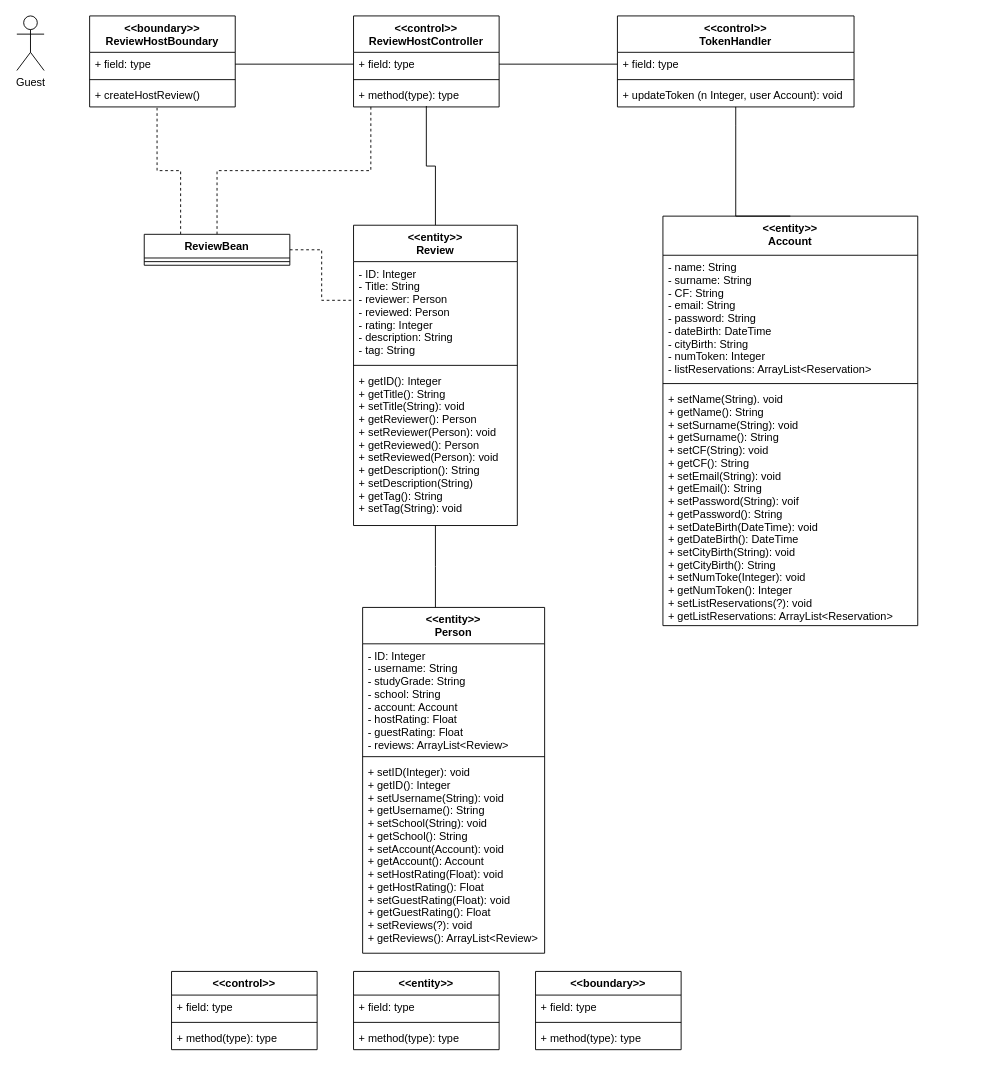
Earlier version of the draw.io diagram Docs/VoPC/VoPC ReviewHost.drawio (nic-agos/DoveStudi). Source tidied: cells renumbered, new cells numbered last; positions are measured from the earlier drawing's top-left corner, leaving out a move shared by most shapes. Both pictures are drawn from the tidied source at 91%, with x=0, y=0 at pixel (16, 15).
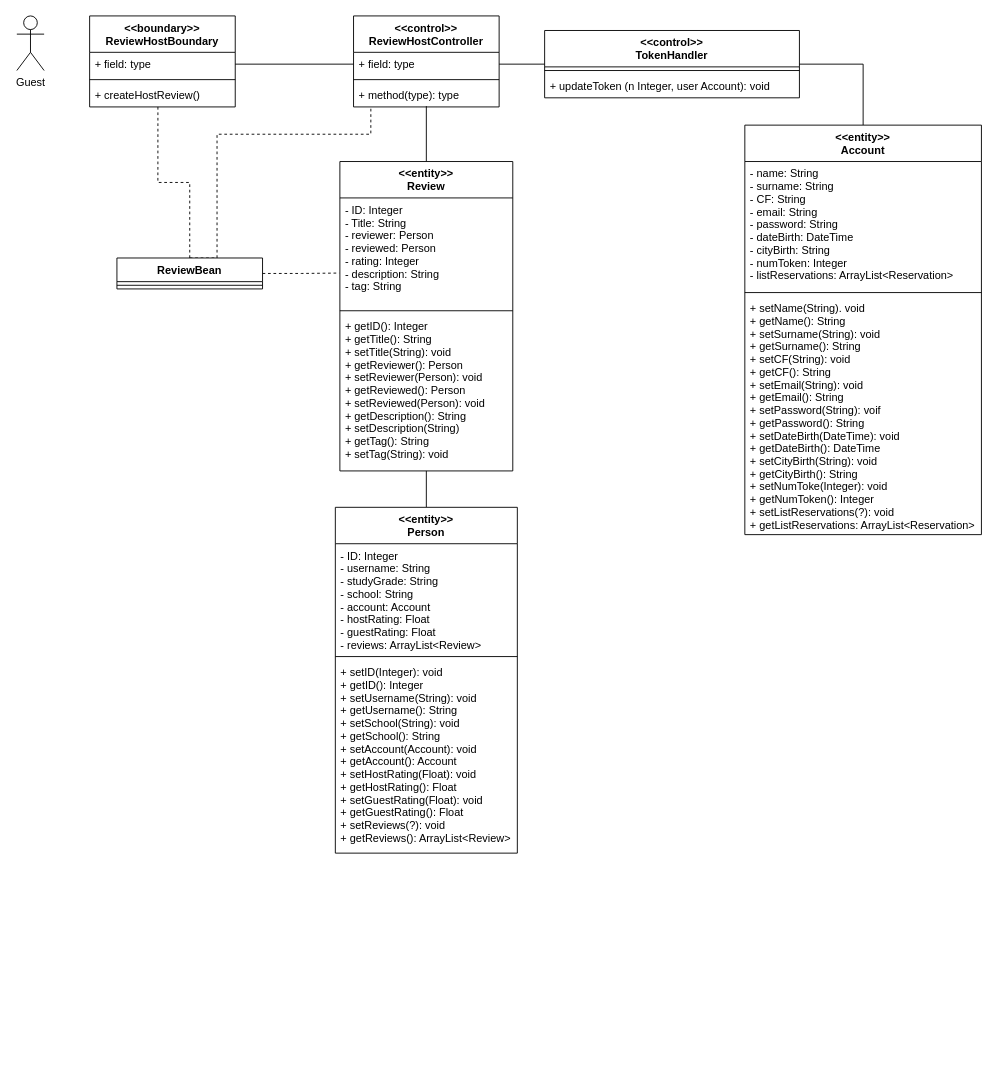
The same diagram, later.

Commit message:
Added setter and getter methods

The change refers to these unchanged cells:
```xml
<mxCell id="21" value="+ field: type" style="text;strokeColor=none;fillColor=none;align=left;verticalAlign=top;spacingLeft=4;spacingRight=4;overflow=hidden;points=[[0,0.5],[1,0.5]];portConstraint=eastwest;" parent="20" vertex="1">
  <mxGeometry y="40" width="160" height="26" as="geometry" />
</mxCell>
<mxCell id="23" value="+ createHostReview()" style="text;strokeColor=none;fillColor=none;align=left;verticalAlign=top;spacingLeft=4;spacingRight=4;overflow=hidden;points=[[0,0.5],[1,0.5]];portConstraint=eastwest;" parent="20" vertex="1">
  <mxGeometry y="74" width="160" height="26" as="geometry" />
</mxCell>
<mxCell id="25" value="+ field: type" style="text;strokeColor=none;fillColor=none;align=left;verticalAlign=top;spacingLeft=4;spacingRight=4;overflow=hidden;points=[[0,0.5],[1,0.5]];portConstraint=eastwest;" parent="24" vertex="1">
  <mxGeometry y="40" width="160" height="26" as="geometry" />
</mxCell>
<mxCell id="27" value="+ method(type): type" style="text;strokeColor=none;fillColor=none;align=left;verticalAlign=top;spacingLeft=4;spacingRight=4;overflow=hidden;points=[[0,0.5],[1,0.5]];portConstraint=eastwest;" parent="24" vertex="1">
  <mxGeometry y="74" width="160" height="26" as="geometry" />
</mxCell>
```

What changed in the source:
```diff
@@
-    <mxCell id="2" value="&lt;&lt;control&gt;&gt;" style="swimlane;fontStyle=1;align=center;verticalAlign=top;horizontal=1;startSize=26;" parent="1" vertex="1">
-      <mxGeometry x="170" y="1050" width="160" height="86" as="geometry" />
-    </mxCell>
-    <mxCell id="3" value="+ field: type" style="text;strokeColor=none;fillColor=none;align=left;verticalAlign=top;spacingLeft=4;spacingRight=4;overflow=hidden;" parent="2" vertex="1">
-      <mxGeometry y="26" width="160" height="26" as="geometry" />
-    </mxCell>
-    <mxCell id="4" style="line;strokeWidth=1;fillColor=none;align=left;verticalAlign=middle;spacingTop=-1;spacingLeft=3;spacingRight=3;labelPosition=right;" parent="2" vertex="1">
-      <mxGeometry y="52" width="160" height="8" as="geometry" />
-    </mxCell>
-    <mxCell id="5" value="+ method(type): type" style="text;strokeColor=none;fillColor=none;align=left;verticalAlign=top;spacingLeft=4;spacingRight=4;overflow=hidden;" parent="2" vertex="1">
-      <mxGeometry y="60" width="160" height="26" as="geometry" />
-    </mxCell>
-    <mxCell id="6" value="&lt;&lt;entity&gt;&gt;" style="swimlane;fontStyle=1;align=center;verticalAlign=top;horizontal=1;startSize=26;" parent="1" vertex="1">
-      <mxGeometry x="370" y="1050" width="160" height="86" as="geometry" />
-    </mxCell>
-    <mxCell id="7" value="+ field: type" style="text;strokeColor=none;fillColor=none;align=left;verticalAlign=top;spacingLeft=4;spacingRight=4;overflow=hidden;" parent="6" vertex="1">
-      <mxGeometry y="26" width="160" height="26" as="geometry" />
-    </mxCell>
-    <mxCell id="8" style="line;strokeWidth=1;fillColor=none;align=left;verticalAlign=middle;spacingTop=-1;spacingLeft=3;spacingRight=3;labelPosition=right;" parent="6" vertex="1">
-      <mxGeometry y="52" width="160" height="8" as="geometry" />
-    </mxCell>
-    <mxCell id="9" value="+ method(type): type" style="text;strokeColor=none;fillColor=none;align=left;verticalAlign=top;spacingLeft=4;spacingRight=4;overflow=hidden;" parent="6" vertex="1">
-      <mxGeometry y="60" width="160" height="26" as="geometry" />
-    </mxCell>
-    <mxCell id="10" value="&lt;&lt;boundary&gt;&gt;" style="swimlane;fontStyle=1;align=center;verticalAlign=top;horizontal=1;startSize=26;" parent="1" vertex="1">
-      <mxGeometry x="570" y="1050" width="160" height="86" as="geometry" />
-    </mxCell>
-    <mxCell id="11" value="+ field: type" style="text;strokeColor=none;fillColor=none;align=left;verticalAlign=top;spacingLeft=4;spacingRight=4;overflow=hidden;" parent="10" vertex="1">
-      <mxGeometry y="26" width="160" height="26" as="geometry" />
-    </mxCell>
-    <mxCell id="12" style="line;strokeWidth=1;fillColor=none;align=left;verticalAlign=middle;spacingTop=-1;spacingLeft=3;spacingRight=3;labelPosition=right;" parent="10" vertex="1">
-      <mxGeometry y="52" width="160" height="8" as="geometry" />
-    </mxCell>
-    <mxCell id="13" value="+ method(type): type" style="text;strokeColor=none;fillColor=none;align=left;verticalAlign=top;spacingLeft=4;spacingRight=4;overflow=hidden;" parent="10" vertex="1">
-      <mxGeometry y="60" width="160" height="26" as="geometry" />
-    </mxCell>
     <mxCell id="14" style="edgeStyle=orthogonalEdgeStyle;rounded=0;jettySize=auto;html=1;exitX=0.5;exitY=0;exitDx=0;exitDy=0;entryX=0.119;entryY=1;entryDx=0;entryDy=0;entryPerimeter=0;dashed=1;endArrow=none;endFill=0;" parent="1" edge="1" source="17" target="27">
-      <mxGeometry relative="1" as="geometry" />
+      <mxGeometry relative="1" as="geometry">
+        <Array as="points">
+          <mxPoint x="220" y="130" />
+          <mxPoint x="389" y="130" />
+        </Array>
+      </mxGeometry>
     </mxCell>
-    <mxCell id="15" style="edgeStyle=orthogonalEdgeStyle;rounded=0;jettySize=auto;html=1;exitX=0.25;exitY=0;exitDx=0;exitDy=0;entryX=0.463;entryY=1.038;entryDx=0;entryDy=0;entryPerimeter=0;dashed=1;endArrow=none;endFill=0;" parent="1" edge="1" source="17" target="23">
+    <mxCell id="15" style="edgeStyle=orthogonalEdgeStyle;rounded=0;jettySize=auto;html=1;entryX=0.469;entryY=0.977;entryDx=0;entryDy=0;entryPerimeter=0;endArrow=none;endFill=0;dashed=1;" parent="1" edge="1" source="17" target="23">
       <mxGeometry relative="1" as="geometry" />
     </mxCell>
-    <mxCell id="16" style="edgeStyle=orthogonalEdgeStyle;rounded=0;jettySize=auto;html=1;exitX=1;exitY=0.5;exitDx=0;exitDy=0;entryX=0;entryY=0.25;entryDx=0;entryDy=0;dashed=1;endArrow=none;endFill=0;" parent="1" edge="1" source="17" target="29">
-      <mxGeometry relative="1" as="geometry" />
-    </mxCell>
+    <mxCell id="49" style="edgeStyle=orthogonalEdgeStyle;rounded=0;jettySize=auto;html=1;entryX=-0.004;entryY=0.688;entryDx=0;entryDy=0;entryPerimeter=0;dashed=1;endArrow=none;endFill=0;" parent="1" edge="1" source="17" target="30">
+      <mxGeometry relative="1" as="geometry" />
+    </mxCell>
     <mxCell id="17" value="ReviewBean" style="swimlane;fontStyle=1;align=center;verticalAlign=top;horizontal=1;startSize=26;" parent="1" vertex="1">
-      <mxGeometry x="140" y="240" width="160" height="34" as="geometry" />
+      <mxGeometry x="110" y="266" width="160" height="34" as="geometry" />
     </mxCell>
@@
+    <mxCell id="38" style="edgeStyle=orthogonalEdgeStyle;rounded=0;jettySize=auto;html=1;exitX=1;exitY=0.5;exitDx=0;exitDy=0;entryX=0;entryY=0.5;entryDx=0;entryDy=0;endArrow=none;endFill=0;" parent="1" edge="1" source="21" target="25">
+      <mxGeometry relative="1" as="geometry" />
+    </mxCell>
-    <mxCell id="28" style="edgeStyle=orthogonalEdgeStyle;rounded=0;jettySize=auto;html=1;entryX=0.5;entryY=0.962;entryDx=0;entryDy=0;entryPerimeter=0;endArrow=none;endFill=0;" parent="1" edge="1" source="29" target="27">
+    <mxCell id="28" style="edgeStyle=orthogonalEdgeStyle;rounded=0;jettySize=auto;html=1;entryX=0.5;entryY=0.968;entryDx=0;entryDy=0;entryPerimeter=0;endArrow=none;endFill=0;" parent="1" edge="1" source="29" target="27">
       <mxGeometry relative="1" as="geometry" />
     </mxCell>
     <mxCell id="29" value="&lt;&lt;entity&gt;&gt;&#10;Review" style="swimlane;fontStyle=1;align=center;verticalAlign=top;horizontal=1;startSize=40;" parent="1" vertex="1">
-      <mxGeometry x="370" y="230" width="180" height="330" as="geometry" />
+      <mxGeometry x="355" y="160" width="190" height="340" as="geometry" />
     </mxCell>
     <mxCell id="30" value="- ID: Integer&#10;- Title: String&#10;- reviewer: Person&#10;- reviewed: Person&#10;- rating: Integer&#10;- description: String&#10;- tag: String" style="text;strokeColor=none;fillColor=none;align=left;verticalAlign=top;spacingLeft=4;spacingRight=4;overflow=hidden;points=[[0,0.5],[1,0.5]];portConstraint=eastwest;" parent="29" vertex="1">
-      <mxGeometry y="40" width="180" height="110" as="geometry" />
+      <mxGeometry y="40" width="190" height="120" as="geometry" />
     </mxCell>
-    <mxCell id="31" style="line;strokeWidth=1;fillColor=none;align=left;verticalAlign=middle;spacingTop=-1;spacingLeft=3;spacingRight=3;labelPosition=right;" parent="29" vertex="1">
-      <mxGeometry y="150" width="180" height="8" as="geometry" />
-    </mxCell>
+    <mxCell id="50" style="line;strokeWidth=1;fillColor=none;align=left;verticalAlign=middle;spacingTop=-1;spacingLeft=3;spacingRight=3;labelPosition=right;" parent="29" vertex="1">
+      <mxGeometry y="160" width="190" height="8" as="geometry" />
+    </mxCell>
     <mxCell id="32" value="+ getID(): Integer&#10;+ getTitle(): String&#10;+ setTitle(String): void&#10;+ getReviewer(): Person&#10;+ setReviewer(Person): void&#10;+ getReviewed(): Person&#10;+ setReviewed(Person): void&#10;+ getDescription(): String&#10;+ setDescription(String)&#10;+ getTag(): String&#10;+ setTag(String): void" style="text;strokeColor=none;fillColor=none;align=left;verticalAlign=top;spacingLeft=4;spacingRight=4;overflow=hidden;points=[[0,0.5],[1,0.5]];portConstraint=eastwest;" parent="29" vertex="1">
-      <mxGeometry y="158" width="180" height="172" as="geometry" />
+      <mxGeometry y="168" width="190" height="172" as="geometry" />
     </mxCell>
-    <mxCell id="33" style="edgeStyle=orthogonalEdgeStyle;rounded=0;jettySize=auto;html=1;endArrow=none;endFill=0;" parent="1" edge="1" source="34">
-      <mxGeometry relative="1" as="geometry">
-        <mxPoint x="460" y="560" as="targetPoint" />
-        <Array as="points">
-          <mxPoint x="460" y="605" />
-          <mxPoint x="460" y="605" />
-        </Array>
-      </mxGeometry>
-    </mxCell>
+    <mxCell id="43" value="&lt;&lt;control&gt;&gt;&#10;TokenHandler" style="swimlane;fontStyle=1;align=center;verticalAlign=top;horizontal=1;startSize=40;" parent="1" vertex="1">
+      <mxGeometry x="580" y="16" width="280" height="74" as="geometry" />
+    </mxCell>
+    <mxCell id="51" style="line;strokeWidth=1;fillColor=none;align=left;verticalAlign=middle;spacingTop=-1;spacingLeft=3;spacingRight=3;labelPosition=right;" parent="43" vertex="1">
+      <mxGeometry y="40" width="280" height="8" as="geometry" />
+    </mxCell>
+    <mxCell id="46" value="+ updateToken (n Integer, user Account): void&#10;" style="text;strokeColor=none;fillColor=none;align=left;verticalAlign=top;spacingLeft=4;spacingRight=4;overflow=hidden;" parent="43" vertex="1">
+      <mxGeometry y="48" width="280" height="26" as="geometry" />
+    </mxCell>
+    <mxCell id="52" style="edgeStyle=orthogonalEdgeStyle;rounded=0;jettySize=auto;html=1;entryX=1;entryY=0.5;entryDx=0;entryDy=0;endArrow=none;endFill=0;" parent="1" edge="1" source="39" target="43">
+      <mxGeometry relative="1" as="geometry" />
+    </mxCell>
+    <mxCell id="39" value="&lt;&lt;entity&gt;&gt;&#10;Account" style="swimlane;fontStyle=1;align=center;verticalAlign=top;horizontal=1;startSize=40;" parent="1" vertex="1">
+      <mxGeometry x="800" y="120" width="260" height="450" as="geometry" />
+    </mxCell>
+    <mxCell id="40" value="- name: String&#10;- surname: String&#10;- CF: String&#10;- email: String&#10;- password: String&#10;- dateBirth: DateTime&#10;- cityBirth: String&#10;- numToken: Integer&#10;- listReservations: ArrayList&lt;Reservation&gt;" style="text;strokeColor=none;fillColor=none;align=left;verticalAlign=top;spacingLeft=4;spacingRight=4;overflow=hidden;" parent="39" vertex="1">
+      <mxGeometry y="40" width="260" height="140" as="geometry" />
+    </mxCell>
+    <mxCell id="53" style="line;strokeWidth=1;fillColor=none;align=left;verticalAlign=middle;spacingTop=-1;spacingLeft=3;spacingRight=3;labelPosition=right;" parent="39" vertex="1">
+      <mxGeometry y="180" width="260" height="8" as="geometry" />
+    </mxCell>
+    <mxCell id="42" value="+ setName(String). void&#10;+ getName(): String&#10;+ setSurname(String): void&#10;+ getSurname(): String&#10;+ setCF(String): void&#10;+ getCF(): String&#10;+ setEmail(String): void&#10;+ getEmail(): String&#10;+ setPassword(String): voif&#10;+ getPassword(): String&#10;+ setDateBirth(DateTime): void&#10;+ getDateBirth(): DateTime&#10;+ setCityBirth(String): void&#10;+ getCityBirth(): String&#10;+ setNumToke(Integer): void&#10;+ getNumToken(): Integer&#10;+ setListReservations(?): void&#10;+ getListReservations: ArrayList&lt;Reservation&gt;&#10;&#10;" style="text;strokeColor=none;fillColor=none;align=left;verticalAlign=top;spacingLeft=4;spacingRight=4;overflow=hidden;" parent="39" vertex="1">
+      <mxGeometry y="188" width="260" height="262" as="geometry" />
+    </mxCell>
+    <mxCell id="54" style="edgeStyle=orthogonalEdgeStyle;rounded=0;jettySize=auto;html=1;entryX=0.5;entryY=1;entryDx=0;entryDy=0;entryPerimeter=0;endArrow=none;endFill=0;" parent="1" edge="1" source="34" target="32">
+      <mxGeometry relative="1" as="geometry" />
+    </mxCell>
     <mxCell id="34" value="&lt;&lt;entity&gt;&gt;&#10;Person" style="swimlane;fontStyle=1;align=center;verticalAlign=top;horizontal=1;startSize=40;" parent="1" vertex="1">
-      <mxGeometry x="380" y="650" width="200" height="380" as="geometry" />
+      <mxGeometry x="350" y="540" width="200" height="380" as="geometry" />
     </mxCell>
@@
-    <mxCell id="38" style="edgeStyle=orthogonalEdgeStyle;rounded=0;jettySize=auto;html=1;exitX=1;exitY=0.5;exitDx=0;exitDy=0;entryX=0;entryY=0.5;entryDx=0;entryDy=0;endArrow=none;endFill=0;" parent="1" edge="1" source="21" target="25">
-      <mxGeometry relative="1" as="geometry" />
-    </mxCell>
-    <mxCell id="39" value="&lt;&lt;entity&gt;&gt;&#10;Account" style="swimlane;fontStyle=1;align=center;verticalAlign=top;horizontal=1;startSize=43;" parent="1" vertex="1">
-      <mxGeometry x="710" y="220" width="280" height="450" as="geometry" />
-    </mxCell>
-    <mxCell id="40" value="- name: String&#10;- surname: String&#10;- CF: String&#10;- email: String&#10;- password: String&#10;- dateBirth: DateTime&#10;- cityBirth: String&#10;- numToken: Integer&#10;- listReservations: ArrayList&lt;Reservation&gt;" style="text;strokeColor=none;fillColor=none;align=left;verticalAlign=top;spacingLeft=4;spacingRight=4;overflow=hidden;" parent="39" vertex="1">
-      <mxGeometry y="43" width="280" height="137" as="geometry" />
-    </mxCell>
-    <mxCell id="41" style="line;strokeWidth=1;fillColor=none;align=left;verticalAlign=middle;spacingTop=-1;spacingLeft=3;spacingRight=3;labelPosition=right;" parent="39" vertex="1">
-      <mxGeometry y="180" width="280" height="8" as="geometry" />
-    </mxCell>
-    <mxCell id="42" value="+ setName(String). void&#10;+ getName(): String&#10;+ setSurname(String): void&#10;+ getSurname(): String&#10;+ setCF(String): void&#10;+ getCF(): String&#10;+ setEmail(String): void&#10;+ getEmail(): String&#10;+ setPassword(String): voif&#10;+ getPassword(): String&#10;+ setDateBirth(DateTime): void&#10;+ getDateBirth(): DateTime&#10;+ setCityBirth(String): void&#10;+ getCityBirth(): String&#10;+ setNumToke(Integer): void&#10;+ getNumToken(): Integer&#10;+ setListReservations(?): void&#10;+ getListReservations: ArrayList&lt;Reservation&gt;&#10;&#10;" style="text;strokeColor=none;fillColor=none;align=left;verticalAlign=top;spacingLeft=4;spacingRight=4;overflow=hidden;" parent="39" vertex="1">
-      <mxGeometry y="188" width="280" height="262" as="geometry" />
-    </mxCell>
-    <mxCell id="43" value="&lt;&lt;control&gt;&gt;&#10;TokenHandler" style="swimlane;fontStyle=1;align=center;verticalAlign=top;horizontal=1;startSize=40;" parent="1" vertex="1">
-      <mxGeometry x="660" width="260" height="100" as="geometry" />
-    </mxCell>
-    <mxCell id="44" value="+ field: type" style="text;strokeColor=none;fillColor=none;align=left;verticalAlign=top;spacingLeft=4;spacingRight=4;overflow=hidden;points=[[0,0.5],[1,0.5]];portConstraint=eastwest;" parent="43" vertex="1">
-      <mxGeometry y="40" width="260" height="26" as="geometry" />
-    </mxCell>
-    <mxCell id="45" style="line;strokeWidth=1;fillColor=none;align=left;verticalAlign=middle;spacingTop=-1;spacingLeft=3;spacingRight=3;labelPosition=right;" parent="43" vertex="1">
-      <mxGeometry y="66" width="260" height="8" as="geometry" />
-    </mxCell>
-    <mxCell id="46" value="+ updateToken (n Integer, user Account): void&#10;" style="text;strokeColor=none;fillColor=none;align=left;verticalAlign=top;spacingLeft=4;spacingRight=4;overflow=hidden;" parent="43" vertex="1">
-      <mxGeometry y="74" width="260" height="26" as="geometry" />
-    </mxCell>
-    <mxCell id="47" style="edgeStyle=orthogonalEdgeStyle;rounded=0;jettySize=auto;html=1;entryX=0.5;entryY=0;entryDx=0;entryDy=0;endArrow=none;endFill=0;" parent="1" edge="1" target="39">
-      <mxGeometry relative="1" as="geometry">
-        <mxPoint x="790" y="100" as="sourcePoint" />
-        <Array as="points">
-          <mxPoint x="790" y="120" />
-          <mxPoint x="790" y="120" />
-        </Array>
-      </mxGeometry>
-    </mxCell>
-    <mxCell id="48" style="edgeStyle=orthogonalEdgeStyle;rounded=0;jettySize=auto;html=1;entryX=0;entryY=0.5;entryDx=0;entryDy=0;endArrow=none;endFill=0;" parent="1" edge="1" source="25" target="44">
-      <mxGeometry relative="1" as="geometry" />
-    </mxCell>
+    <mxCell id="55" style="edgeStyle=orthogonalEdgeStyle;rounded=0;jettySize=auto;html=1;entryX=0;entryY=0.5;entryDx=0;entryDy=0;endArrow=none;endFill=0;" parent="1" edge="1" source="25" target="43">
+      <mxGeometry relative="1" as="geometry" />
+    </mxCell>
```
